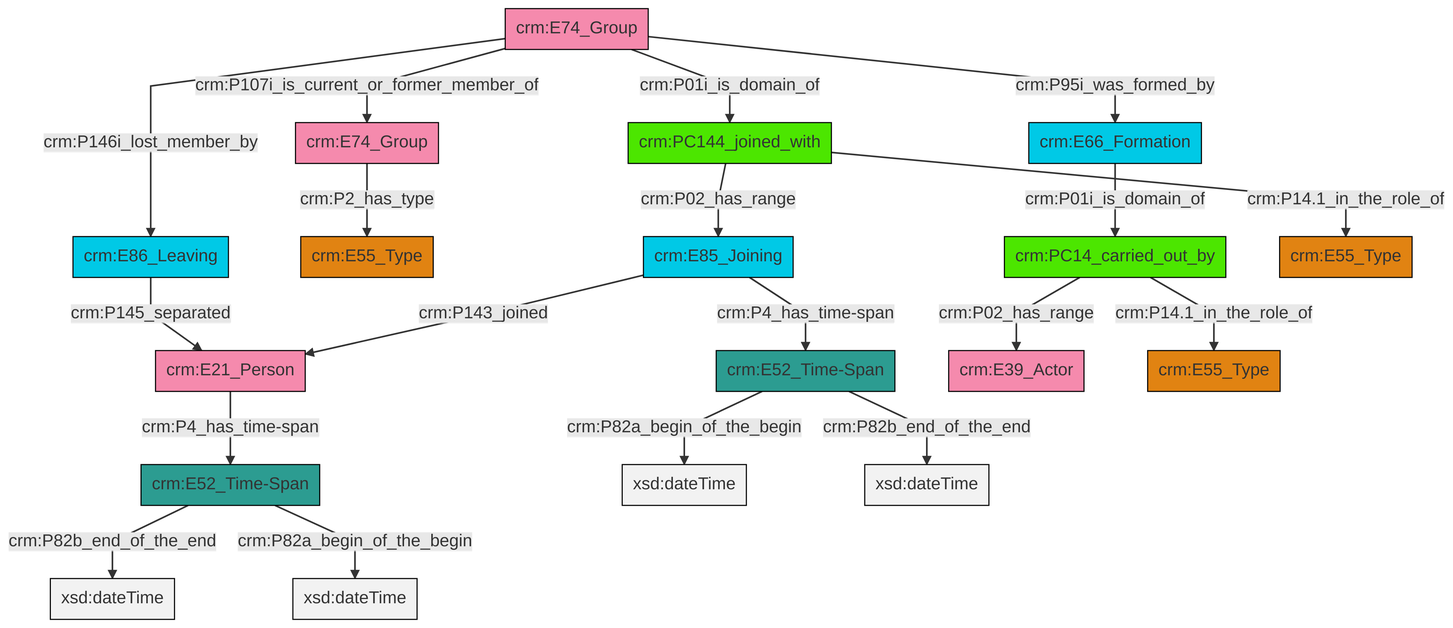
This is et/groupCSV/ttl/mmd/png/group_actor_relations.png from swiss-art-research-net/docs.swissartresearch, a Mermaid export, as it was before one commit. Its source is kept beside it as et/groupCSV/ttl/mmd/group_actor_relations.ttl.mmd.
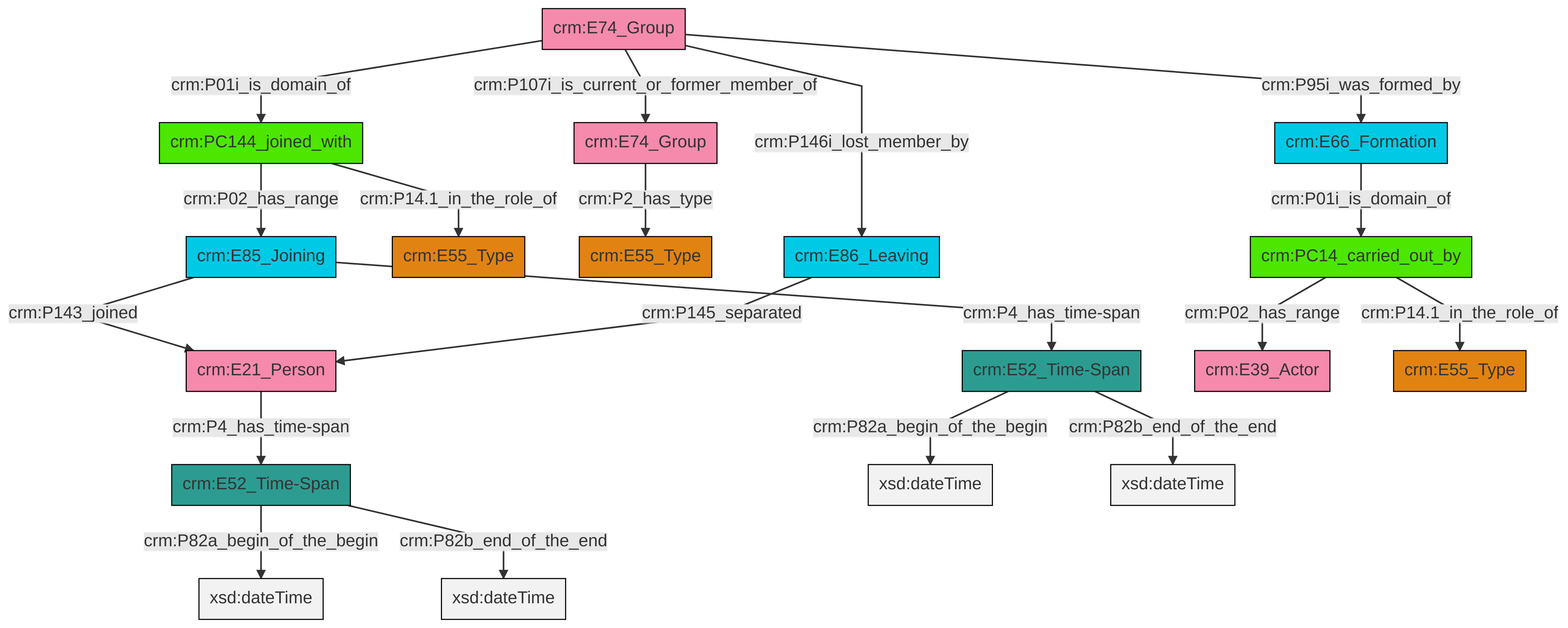
The same diagram one commit later.

Diff of the diagram source:
```diff
@@ -13,21 +13,21 @@
 classDef PC_Classes fill:#4ce600, stroke:#000000;
 classDef Multi fill:#cccccc,stroke:#000000;
 
-4["crm:E86_Leaving"]:::Temporal_Entity -->|crm:P145_separated| 5["crm:E21_Person"]:::Actor
-6["crm:E52_Time-Span"]:::Time-Span -->|crm:P82a_begin_of_the_begin| 7[xsd:dateTime]:::Literal
-10["crm:E74_Group"]:::Actor -->|crm:P2_has_type| 8["crm:E55_Type"]:::Type
-11["crm:E85_Joining"]:::Temporal_Entity -->|crm:P143_joined| 5["crm:E21_Person"]:::Actor
-14["crm:E66_Formation"]:::Temporal_Entity -->|crm:P01i_is_domain_of| 15["crm:PC14_carried_out_by"]:::PC_Classes
-17["crm:E74_Group"]:::Actor -->|crm:P01i_is_domain_of| 0["crm:PC144_joined_with"]:::PC_Classes
-15["crm:PC14_carried_out_by"]:::PC_Classes -->|crm:P02_has_range| 12["crm:E39_Actor"]:::Actor
-17["crm:E74_Group"]:::Actor -->|crm:P146i_lost_member_by| 4["crm:E86_Leaving"]:::Temporal_Entity
-11["crm:E85_Joining"]:::Temporal_Entity -->|crm:P4_has_time-span| 6["crm:E52_Time-Span"]:::Time-Span
-17["crm:E74_Group"]:::Actor -->|crm:P107i_is_current_or_former_member_of| 10["crm:E74_Group"]:::Actor
-2["crm:E52_Time-Span"]:::Time-Span -->|crm:P82b_end_of_the_end| 26[xsd:dateTime]:::Literal
-2["crm:E52_Time-Span"]:::Time-Span -->|crm:P82a_begin_of_the_begin| 27[xsd:dateTime]:::Literal
-15["crm:PC14_carried_out_by"]:::PC_Classes -->|crm:P14.1_in_the_role_of| 20["crm:E55_Type"]:::Type
-17["crm:E74_Group"]:::Actor -->|crm:P95i_was_formed_by| 14["crm:E66_Formation"]:::Temporal_Entity
-5["crm:E21_Person"]:::Actor -->|crm:P4_has_time-span| 2["crm:E52_Time-Span"]:::Time-Span
-0["crm:PC144_joined_with"]:::PC_Classes -->|crm:P02_has_range| 11["crm:E85_Joining"]:::Temporal_Entity
-0["crm:PC144_joined_with"]:::PC_Classes -->|crm:P14.1_in_the_role_of| 22["crm:E55_Type"]:::Type
-6["crm:E52_Time-Span"]:::Time-Span -->|crm:P82b_end_of_the_end| 34[xsd:dateTime]:::Literal
+0["crm:E85_Joining"]:::Temporal_Entity -->|crm:P4_has_time-span| 1["crm:E52_Time-Span"]:::Time-Span
+3["crm:E52_Time-Span"]:::Time-Span -->|crm:P82a_begin_of_the_begin| 4[xsd:dateTime]:::Literal
+5["crm:PC144_joined_with"]:::PC_Classes -->|crm:P14.1_in_the_role_of| 6["crm:E55_Type"]:::Type
+3["crm:E52_Time-Span"]:::Time-Span -->|crm:P82b_end_of_the_end| 7[xsd:dateTime]:::Literal
+8["crm:E74_Group"]:::Actor -->|crm:P95i_was_formed_by| 9["crm:E66_Formation"]:::Temporal_Entity
+8["crm:E74_Group"]:::Actor -->|crm:P146i_lost_member_by| 12["crm:E86_Leaving"]:::Temporal_Entity
+9["crm:E66_Formation"]:::Temporal_Entity -->|crm:P01i_is_domain_of| 16["crm:PC14_carried_out_by"]:::PC_Classes
+0["crm:E85_Joining"]:::Temporal_Entity -->|crm:P143_joined| 17["crm:E21_Person"]:::Actor
+1["crm:E52_Time-Span"]:::Time-Span -->|crm:P82a_begin_of_the_begin| 20[xsd:dateTime]:::Literal
+16["crm:PC14_carried_out_by"]:::PC_Classes -->|crm:P02_has_range| 21["crm:E39_Actor"]:::Actor
+5["crm:PC144_joined_with"]:::PC_Classes -->|crm:P02_has_range| 0["crm:E85_Joining"]:::Temporal_Entity
+12["crm:E86_Leaving"]:::Temporal_Entity -->|crm:P145_separated| 17["crm:E21_Person"]:::Actor
+13["crm:E74_Group"]:::Actor -->|crm:P2_has_type| 10["crm:E55_Type"]:::Type
+16["crm:PC14_carried_out_by"]:::PC_Classes -->|crm:P14.1_in_the_role_of| 29["crm:E55_Type"]:::Type
+8["crm:E74_Group"]:::Actor -->|crm:P01i_is_domain_of| 5["crm:PC144_joined_with"]:::PC_Classes
+17["crm:E21_Person"]:::Actor -->|crm:P4_has_time-span| 3["crm:E52_Time-Span"]:::Time-Span
+8["crm:E74_Group"]:::Actor -->|crm:P107i_is_current_or_former_member_of| 13["crm:E74_Group"]:::Actor
+1["crm:E52_Time-Span"]:::Time-Span -->|crm:P82b_end_of_the_end| 33[xsd:dateTime]:::Literal
```
